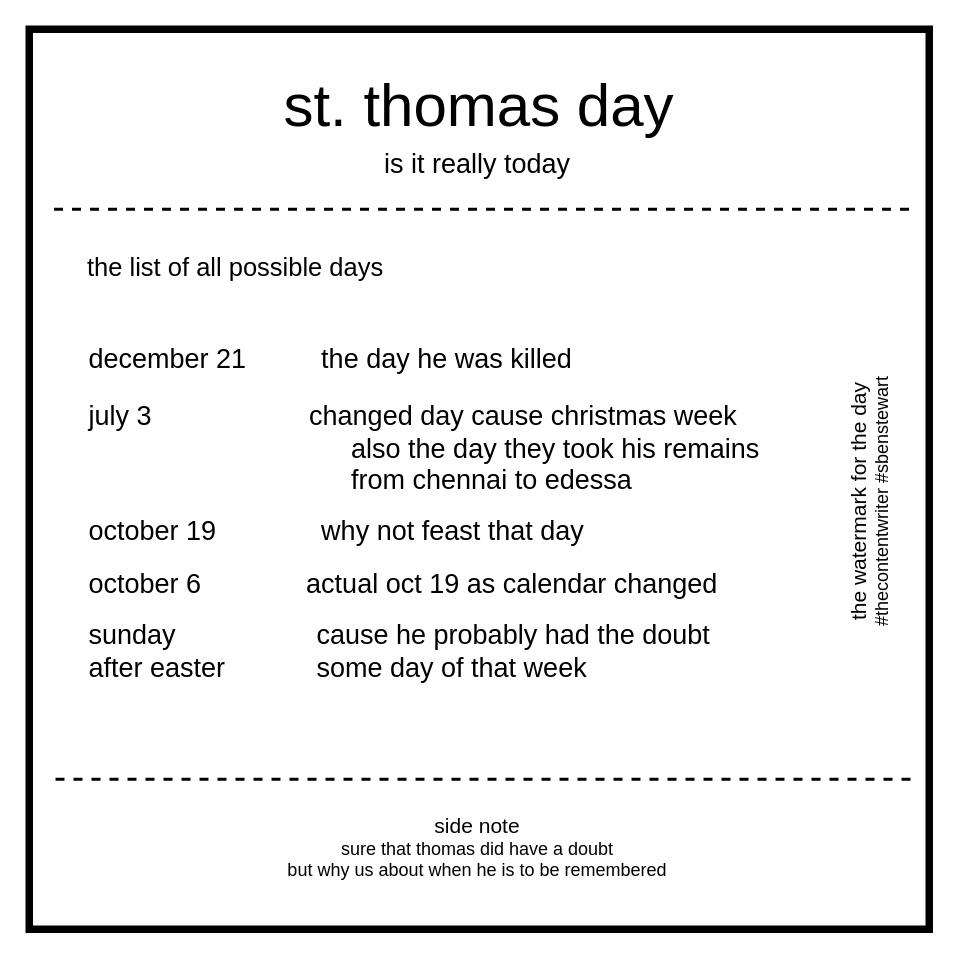
Before: the-content/st-thomas-day/st-thomas-day.drawio in sbenstewart/the-content-writer, a draw.io diagram. Source tidied: cells renumbered, new cells numbered last; positions are measured from the earlier drawing's top-left corner, leaving out a move shared by most shapes. Both pictures are drawn from the tidied source at 150%, with x=0, y=0 at pixel (28, 28).
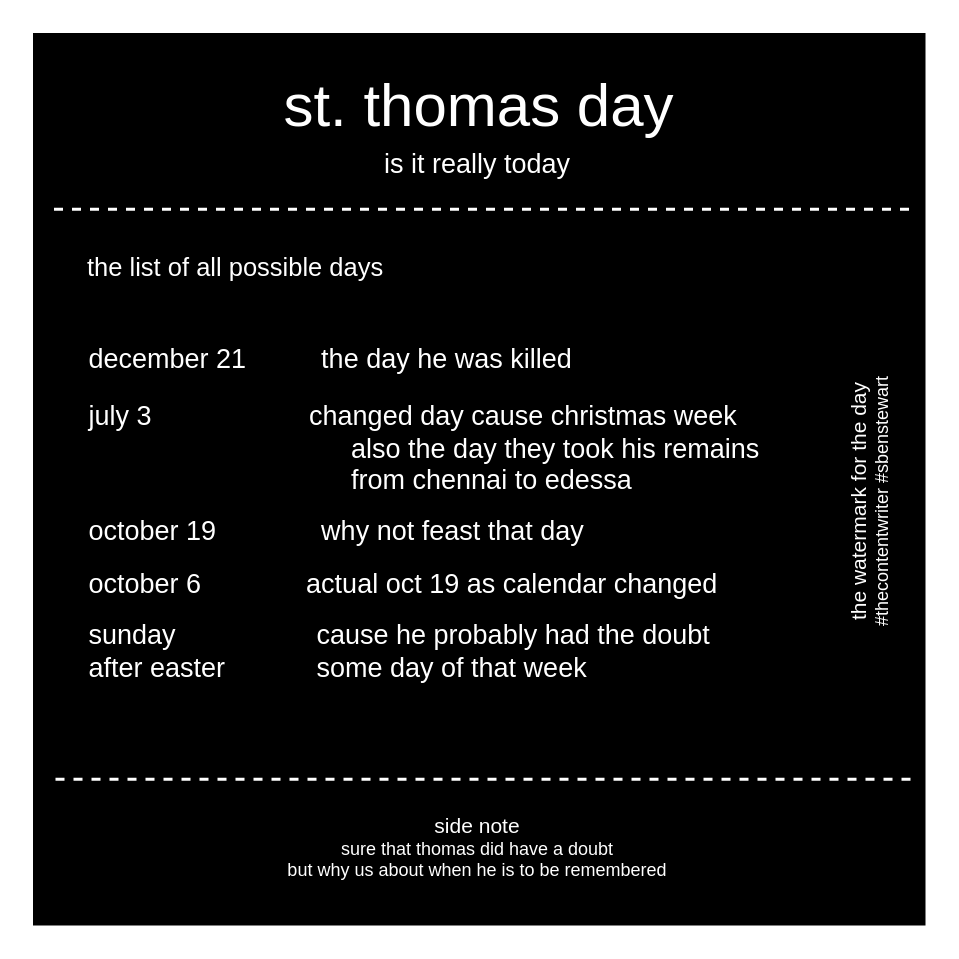
Above is the later version.

Commit message (it also covers changes not shown here):
st thomas day indeed

Change to the diagram source:
```diff
@@
 <mxGraphModel>
   <root>
     <mxCell id="0" />
     <mxCell id="1" parent="0" />
-    <mxCell id="2" style="whiteSpace=wrap;html=1;strokeWidth=5;" parent="1" vertex="1">
+    <mxCell id="2" style="whiteSpace=wrap;html=1;strokeWidth=5;strokeColor=#FFFFFF;fillColor=#000000;" parent="1" vertex="1">
       <mxGeometry width="600" height="600" as="geometry" />
     </mxCell>
-    <mxCell id="3" value="&lt;font face=&quot;xkcd&quot;&gt;&lt;span style=&quot;font-size: 40px&quot;&gt;st. thomas day&lt;/span&gt;&lt;br&gt;&lt;/font&gt;" style="text;html=1;strokeColor=none;fillColor=none;align=center;verticalAlign=middle;whiteSpace=wrap;rounded=0;" parent="1" vertex="1">
+    <mxCell id="3" value="&lt;font face=&quot;xkcd&quot;&gt;&lt;span style=&quot;font-size: 40px&quot;&gt;st. thomas day&lt;/span&gt;&lt;br&gt;&lt;/font&gt;" style="text;html=1;strokeColor=none;fillColor=none;align=center;verticalAlign=middle;whiteSpace=wrap;rounded=0;fontColor=#FFFFFF;" parent="1" vertex="1">
       <mxGeometry x="90" y="40" width="420" height="20" as="geometry" />
     </mxCell>
-    <mxCell id="4" value="&lt;font face=&quot;xkcd&quot;&gt;&lt;span style=&quot;font-size: 18px&quot;&gt;is it really today&lt;/span&gt;&lt;br&gt;&lt;/font&gt;" style="text;html=1;strokeColor=none;fillColor=none;align=center;verticalAlign=middle;whiteSpace=wrap;rounded=0;" parent="1" vertex="1">
+    <mxCell id="4" value="&lt;font face=&quot;xkcd&quot;&gt;&lt;span style=&quot;font-size: 18px&quot;&gt;is it really today&lt;/span&gt;&lt;br&gt;&lt;/font&gt;" style="text;html=1;strokeColor=none;fillColor=none;align=center;verticalAlign=middle;whiteSpace=wrap;rounded=0;fontColor=#FFFFFF;" parent="1" vertex="1">
       <mxGeometry x="59" y="80" width="480" height="20" as="geometry" />
     </mxCell>
-    <mxCell id="5" style="endArrow=none;dashed=1;html=1;strokeWidth=2;" parent="1" edge="1">
+    <mxCell id="5" style="endArrow=none;dashed=1;html=1;strokeWidth=2;labelBackgroundColor=none;fontColor=#FFFFFF;strokeColor=#FFFFFF;" parent="1" edge="1">
       <mxGeometry relative="1" as="geometry">
         <mxPoint x="586.5" y="120" as="sourcePoint" />
         <mxPoint x="11.5" y="120" as="targetPoint" />
       </mxGeometry>
     </mxCell>
-    <mxCell id="6" style="endArrow=none;dashed=1;html=1;strokeWidth=2;" parent="1" edge="1">
+    <mxCell id="6" style="endArrow=none;dashed=1;html=1;strokeWidth=2;labelBackgroundColor=none;fontColor=#FFFFFF;strokeColor=#FFFFFF;" parent="1" edge="1">
       <mxGeometry relative="1" as="geometry">
         <mxPoint x="587.5" y="500" as="sourcePoint" />
         <mxPoint x="12.5" y="500" as="targetPoint" />
       </mxGeometry>
     </mxCell>
-    <mxCell id="7" value="&lt;font face=&quot;xkcd&quot;&gt;&lt;span style=&quot;font-size: 14px&quot;&gt;side note&lt;/span&gt;&lt;/font&gt;&lt;font face=&quot;xkcd&quot;&gt;&lt;br&gt;sure that thomas did have a doubt&lt;br&gt;but why us about when he is to be remembered&lt;br&gt;&lt;/font&gt;" style="text;html=1;strokeColor=none;fillColor=none;align=center;verticalAlign=middle;whiteSpace=wrap;rounded=0;" parent="1" vertex="1">
+    <mxCell id="7" value="&lt;font face=&quot;xkcd&quot;&gt;&lt;span style=&quot;font-size: 14px&quot;&gt;side note&lt;/span&gt;&lt;/font&gt;&lt;font face=&quot;xkcd&quot;&gt;&lt;br&gt;sure that thomas did have a doubt&lt;br&gt;but why us about when he is to be remembered&lt;br&gt;&lt;/font&gt;" style="text;html=1;strokeColor=none;fillColor=none;align=center;verticalAlign=middle;whiteSpace=wrap;rounded=0;fontColor=#FFFFFF;" parent="1" vertex="1">
       <mxGeometry x="105" y="510" width="388" height="70" as="geometry" />
     </mxCell>
     <mxCell id="8" style="edgeStyle=orthogonalEdgeStyle;rounded=0;orthogonalLoop=1;jettySize=auto;html=1;exitX=0.5;exitY=1;exitDx=0;exitDy=0;strokeWidth=2;" parent="1" edge="1">
       <mxGeometry relative="1" as="geometry">
         <mxPoint x="451" y="361" as="sourcePoint" />
         <mxPoint x="451" y="361" as="targetPoint" />
       </mxGeometry>
     </mxCell>
-    <mxCell id="9" value="&lt;font face=&quot;xkcd&quot;&gt;&lt;span style=&quot;font-size: 14px&quot;&gt;the watermark for the day&lt;br&gt;&lt;/span&gt;#thecontentwriter #sbenstewart&lt;br&gt;&lt;/font&gt;" style="text;html=1;strokeColor=none;fillColor=none;align=center;verticalAlign=middle;whiteSpace=wrap;rounded=0;rotation=-90;" parent="1" vertex="1">
+    <mxCell id="9" value="&lt;font face=&quot;xkcd&quot;&gt;&lt;span style=&quot;font-size: 14px&quot;&gt;the watermark for the day&lt;br&gt;&lt;/span&gt;#thecontentwriter #sbenstewart&lt;br&gt;&lt;/font&gt;" style="text;html=1;strokeColor=none;fillColor=none;align=center;verticalAlign=middle;whiteSpace=wrap;rounded=0;rotation=-90;fontColor=#FFFFFF;" parent="1" vertex="1">
       <mxGeometry x="415" y="305" width="290" height="20" as="geometry" />
     </mxCell>
-    <mxCell id="10" value="the list of all possible days" style="text;html=1;strokeColor=none;fillColor=none;align=left;verticalAlign=middle;whiteSpace=wrap;rounded=0;fontFamily=xkcd;fontSize=17;" parent="1" vertex="1">
+    <mxCell id="10" value="the list of all possible days" style="text;html=1;strokeColor=none;fillColor=none;align=left;verticalAlign=middle;whiteSpace=wrap;rounded=0;fontFamily=xkcd;fontSize=17;fontColor=#FFFFFF;" parent="1" vertex="1">
       <mxGeometry x="37" y="150" width="332" height="20" as="geometry" />
     </mxCell>
-    <mxCell id="11" value="&lt;div&gt;&lt;span style=&quot;font-size: 18px ; font-family: &amp;#34;xkcd&amp;#34;&quot;&gt;july 3&amp;nbsp; &amp;nbsp; &amp;nbsp; &amp;nbsp; &amp;nbsp; &amp;nbsp; &amp;nbsp; &amp;nbsp; &amp;nbsp; &amp;nbsp; &amp;nbsp;changed day cause christmas week&lt;/span&gt;&lt;/div&gt;&lt;div&gt;&lt;span style=&quot;font-size: 18px ; font-family: &amp;#34;xkcd&amp;#34;&quot;&gt;&amp;nbsp; &amp;nbsp; &amp;nbsp; &amp;nbsp; &amp;nbsp; &amp;nbsp; &amp;nbsp; &amp;nbsp; &amp;nbsp; &amp;nbsp; &amp;nbsp; &amp;nbsp; &amp;nbsp; &amp;nbsp; &amp;nbsp; &amp;nbsp; &amp;nbsp; &amp;nbsp;also the day they took his remains&lt;/span&gt;&lt;/div&gt;&lt;div&gt;&lt;span style=&quot;font-size: 18px ; font-family: &amp;#34;xkcd&amp;#34;&quot;&gt;&amp;nbsp; &amp;nbsp; &amp;nbsp; &amp;nbsp; &amp;nbsp; &amp;nbsp; &amp;nbsp; &amp;nbsp; &amp;nbsp; &amp;nbsp; &amp;nbsp; &amp;nbsp; &amp;nbsp; &amp;nbsp; &amp;nbsp; &amp;nbsp; &amp;nbsp; &amp;nbsp;from chennai to edessa&lt;/span&gt;&lt;/div&gt;" style="text;html=1;strokeColor=none;fillColor=none;align=left;verticalAlign=middle;whiteSpace=wrap;rounded=0;" parent="1" vertex="1">
+    <mxCell id="11" value="&lt;div&gt;&lt;span style=&quot;font-size: 18px ; font-family: &amp;quot;xkcd&amp;quot;&quot;&gt;july 3&amp;nbsp; &amp;nbsp; &amp;nbsp; &amp;nbsp; &amp;nbsp; &amp;nbsp; &amp;nbsp; &amp;nbsp; &amp;nbsp; &amp;nbsp; &amp;nbsp;changed day cause christmas week&lt;/span&gt;&lt;/div&gt;&lt;div&gt;&lt;span style=&quot;font-size: 18px ; font-family: &amp;quot;xkcd&amp;quot;&quot;&gt;&amp;nbsp; &amp;nbsp; &amp;nbsp; &amp;nbsp; &amp;nbsp; &amp;nbsp; &amp;nbsp; &amp;nbsp; &amp;nbsp; &amp;nbsp; &amp;nbsp; &amp;nbsp; &amp;nbsp; &amp;nbsp; &amp;nbsp; &amp;nbsp; &amp;nbsp; &amp;nbsp;also the day they took his remains&lt;/span&gt;&lt;/div&gt;&lt;div&gt;&lt;span style=&quot;font-size: 18px ; font-family: &amp;quot;xkcd&amp;quot;&quot;&gt;&amp;nbsp; &amp;nbsp; &amp;nbsp; &amp;nbsp; &amp;nbsp; &amp;nbsp; &amp;nbsp; &amp;nbsp; &amp;nbsp; &amp;nbsp; &amp;nbsp; &amp;nbsp; &amp;nbsp; &amp;nbsp; &amp;nbsp; &amp;nbsp; &amp;nbsp; &amp;nbsp;from chennai to edessa&lt;/span&gt;&lt;/div&gt;" style="text;html=1;strokeColor=none;fillColor=none;align=left;verticalAlign=middle;whiteSpace=wrap;rounded=0;fontColor=#FFFFFF;" parent="1" vertex="1">
       <mxGeometry x="38" y="250" width="480" height="60" as="geometry" />
     </mxCell>
-    <mxCell id="12" value="&lt;div&gt;&lt;span style=&quot;font-size: 18px ; font-family: &amp;#34;xkcd&amp;#34;&quot;&gt;december 21&amp;nbsp; &amp;nbsp; &amp;nbsp; &amp;nbsp; &amp;nbsp; the day he was killed&lt;/span&gt;&lt;/div&gt;" style="text;html=1;strokeColor=none;fillColor=none;align=left;verticalAlign=middle;whiteSpace=wrap;rounded=0;" parent="1" vertex="1">
+    <mxCell id="12" value="&lt;div&gt;&lt;span style=&quot;font-size: 18px ; font-family: &amp;quot;xkcd&amp;quot;&quot;&gt;december 21&amp;nbsp; &amp;nbsp; &amp;nbsp; &amp;nbsp; &amp;nbsp; the day he was killed&lt;/span&gt;&lt;/div&gt;" style="text;html=1;strokeColor=none;fillColor=none;align=left;verticalAlign=middle;whiteSpace=wrap;rounded=0;fontColor=#FFFFFF;" parent="1" vertex="1">
       <mxGeometry x="38" y="210" width="480" height="20" as="geometry" />
     </mxCell>
-    <mxCell id="13" value="&lt;div&gt;&lt;span style=&quot;font-size: 18px ; font-family: &amp;#34;xkcd&amp;#34;&quot;&gt;october 19&amp;nbsp; &amp;nbsp; &amp;nbsp; &amp;nbsp; &amp;nbsp; &amp;nbsp; &amp;nbsp; why not feast that day&lt;/span&gt;&lt;/div&gt;" style="text;html=1;strokeColor=none;fillColor=none;align=left;verticalAlign=middle;whiteSpace=wrap;rounded=0;" parent="1" vertex="1">
+    <mxCell id="13" value="&lt;div&gt;&lt;span style=&quot;font-size: 18px ; font-family: &amp;quot;xkcd&amp;quot;&quot;&gt;october 19&amp;nbsp; &amp;nbsp; &amp;nbsp; &amp;nbsp; &amp;nbsp; &amp;nbsp; &amp;nbsp; why not feast that day&lt;/span&gt;&lt;/div&gt;" style="text;html=1;strokeColor=none;fillColor=none;align=left;verticalAlign=middle;whiteSpace=wrap;rounded=0;fontColor=#FFFFFF;" parent="1" vertex="1">
       <mxGeometry x="38" y="325" width="480" height="20" as="geometry" />
     </mxCell>
-    <mxCell id="14" value="&lt;div&gt;&lt;span style=&quot;font-size: 18px ; font-family: &amp;#34;xkcd&amp;#34;&quot;&gt;october 6&amp;nbsp; &amp;nbsp; &amp;nbsp; &amp;nbsp; &amp;nbsp; &amp;nbsp; &amp;nbsp; actual oct 19 as calendar changed&lt;/span&gt;&lt;/div&gt;" style="text;html=1;strokeColor=none;fillColor=none;align=left;verticalAlign=middle;whiteSpace=wrap;rounded=0;" parent="1" vertex="1">
+    <mxCell id="14" value="&lt;div&gt;&lt;span style=&quot;font-size: 18px ; font-family: &amp;quot;xkcd&amp;quot;&quot;&gt;october 6&amp;nbsp; &amp;nbsp; &amp;nbsp; &amp;nbsp; &amp;nbsp; &amp;nbsp; &amp;nbsp; actual oct 19 as calendar changed&lt;/span&gt;&lt;/div&gt;" style="text;html=1;strokeColor=none;fillColor=none;align=left;verticalAlign=middle;whiteSpace=wrap;rounded=0;fontColor=#FFFFFF;" parent="1" vertex="1">
       <mxGeometry x="38" y="360" width="480" height="20" as="geometry" />
     </mxCell>
-    <mxCell id="15" value="&lt;div&gt;&lt;span style=&quot;font-size: 18px ; font-family: &amp;#34;xkcd&amp;#34;&quot;&gt;sunday&amp;nbsp;&lt;/span&gt;&lt;/div&gt;&lt;div&gt;&lt;span style=&quot;font-size: 18px ; font-family: &amp;#34;xkcd&amp;#34;&quot;&gt;after easter&amp;nbsp;&lt;/span&gt;&lt;/div&gt;" style="text;html=1;strokeColor=none;fillColor=none;align=left;verticalAlign=middle;whiteSpace=wrap;rounded=0;" parent="1" vertex="1">
+    <mxCell id="15" value="&lt;div&gt;&lt;span style=&quot;font-size: 18px ; font-family: &amp;quot;xkcd&amp;quot;&quot;&gt;sunday&amp;nbsp;&lt;/span&gt;&lt;/div&gt;&lt;div&gt;&lt;span style=&quot;font-size: 18px ; font-family: &amp;quot;xkcd&amp;quot;&quot;&gt;after easter&amp;nbsp;&lt;/span&gt;&lt;/div&gt;" style="text;html=1;strokeColor=none;fillColor=none;align=left;verticalAlign=middle;whiteSpace=wrap;rounded=0;fontColor=#FFFFFF;" parent="1" vertex="1">
       <mxGeometry x="38" y="400" width="132" height="30" as="geometry" />
     </mxCell>
-    <mxCell id="16" value="&lt;div&gt;&lt;font face=&quot;xkcd&quot;&gt;&lt;span style=&quot;font-size: 18px&quot;&gt;cause he probably had the doubt some day of that week&lt;/span&gt;&lt;/font&gt;&lt;/div&gt;" style="text;html=1;strokeColor=none;fillColor=none;align=left;verticalAlign=middle;whiteSpace=wrap;rounded=0;" parent="1" vertex="1">
+    <mxCell id="16" value="&lt;div&gt;&lt;font face=&quot;xkcd&quot;&gt;&lt;span style=&quot;font-size: 18px&quot;&gt;cause he probably had the doubt some day of that week&lt;/span&gt;&lt;/font&gt;&lt;/div&gt;" style="text;html=1;strokeColor=none;fillColor=none;align=left;verticalAlign=middle;whiteSpace=wrap;rounded=0;fontColor=#FFFFFF;" parent="1" vertex="1">
       <mxGeometry x="190" y="400" width="300" height="30" as="geometry" />
     </mxCell>
   </root>
 </mxGraphModel>
```
